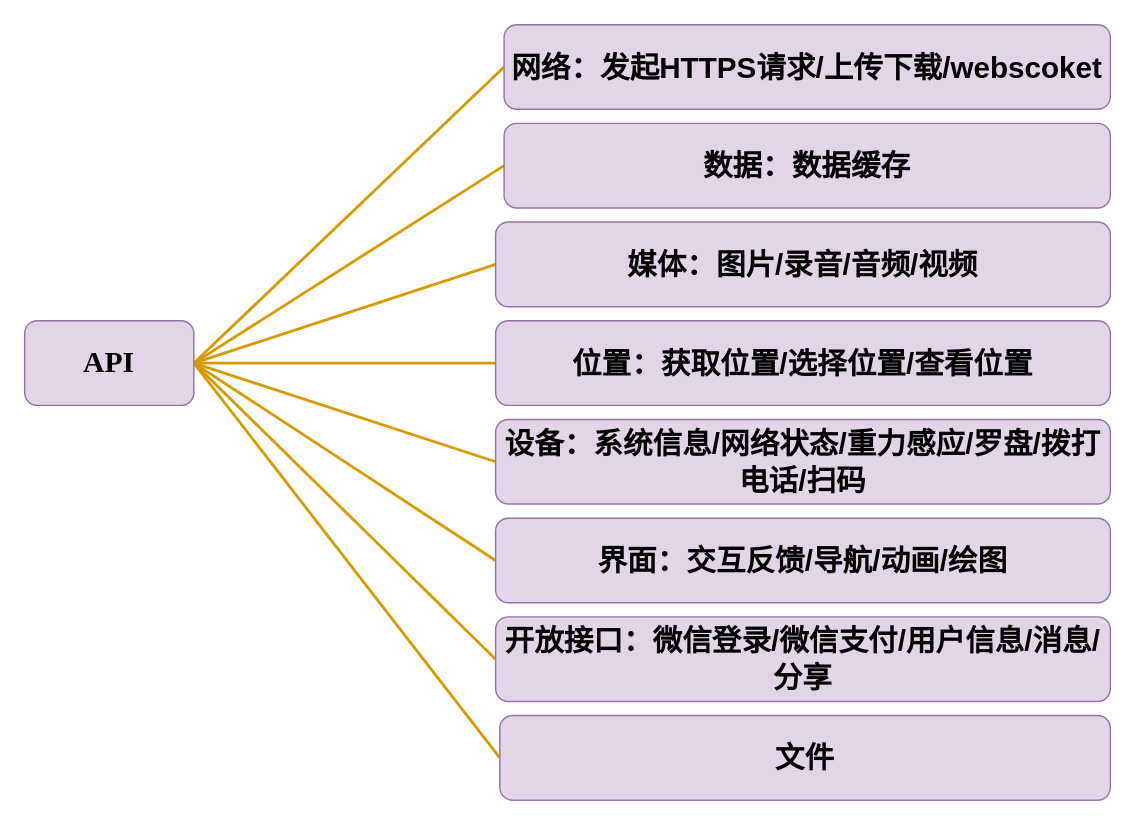
ov0-0vo/1 keeps this draw.io diagram as API结构.drawio. Above is the earlier version. Source tidied: cells renumbered, new cells numbered last; positions are measured from the earlier drawing's top-left corner, leaving out a move shared by most shapes. Both pictures are drawn from the tidied source at 141%, with x=0, y=0 at pixel (24, 24).
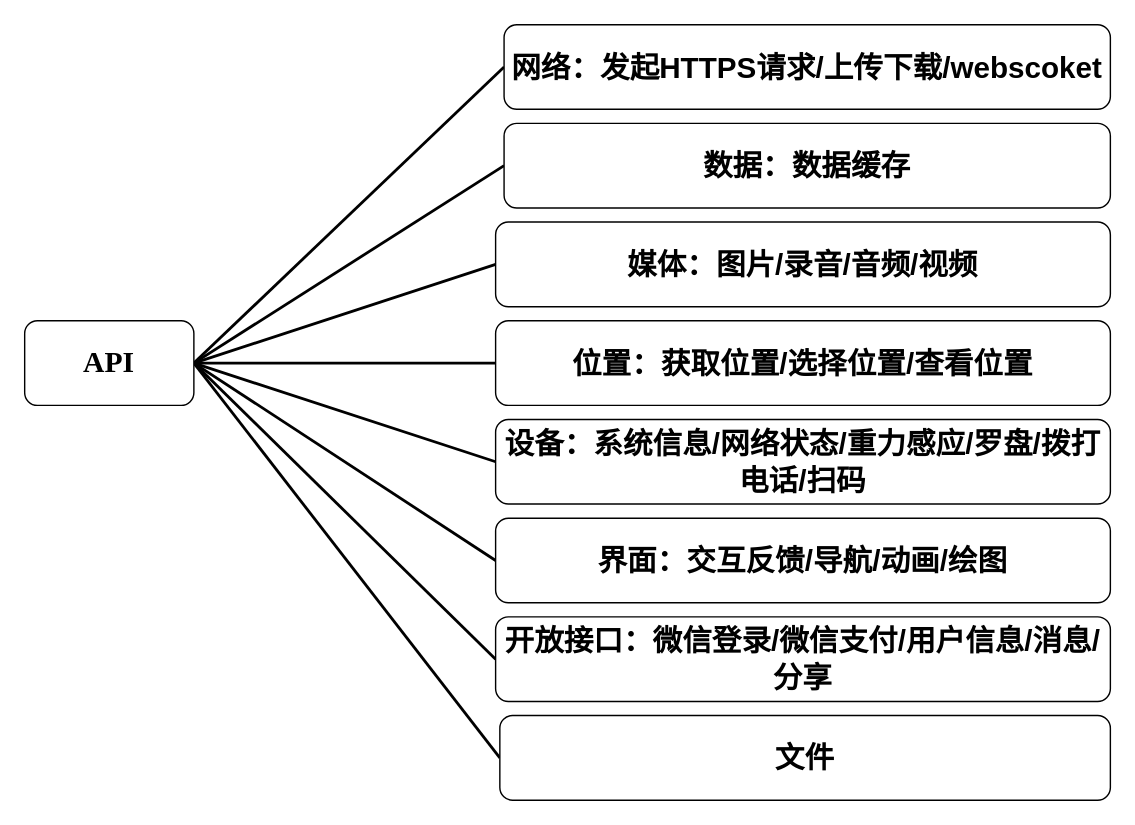
The same diagram, later.

Change to the diagram source:
```diff
@@
 <mxGraphModel>
   <root>
     <mxCell id="0" />
     <mxCell id="1" parent="0" />
-    <mxCell id="2" style="rounded=0;jettySize=auto;html=1;exitX=1;exitY=0.5;exitDx=0;exitDy=0;entryX=0;entryY=0.5;entryDx=0;entryDy=0;endArrow=none;endFill=0;strokeWidth=2;fillColor=#ffe6cc;strokeColor=#d79b00;" parent="1" edge="1" source="10" target="15">
+    <mxCell id="2" style="rounded=0;jettySize=auto;html=1;exitX=1;exitY=0.5;exitDx=0;exitDy=0;entryX=0;entryY=0.5;entryDx=0;entryDy=0;endArrow=none;endFill=0;strokeWidth=2;" parent="1" edge="1" source="10" target="15">
       <mxGeometry relative="1" as="geometry" />
     </mxCell>
-    <mxCell id="3" style="edgeStyle=none;shape=connector;rounded=0;jettySize=auto;html=1;exitX=1;exitY=0.5;exitDx=0;exitDy=0;entryX=0;entryY=0.5;entryDx=0;entryDy=0;labelBackgroundColor=default;strokeColor=#d79b00;strokeWidth=2;fontFamily=Helvetica;fontSize=11;fontColor=default;endArrow=none;endFill=0;fillColor=#ffe6cc;" parent="1" edge="1" source="10" target="17">
+    <mxCell id="3" style="edgeStyle=none;shape=connector;rounded=0;jettySize=auto;html=1;exitX=1;exitY=0.5;exitDx=0;exitDy=0;entryX=0;entryY=0.5;entryDx=0;entryDy=0;labelBackgroundColor=default;strokeWidth=2;fontFamily=Helvetica;fontSize=11;fontColor=default;endArrow=none;endFill=0;" parent="1" edge="1" source="10" target="17">
       <mxGeometry relative="1" as="geometry" />
     </mxCell>
-    <mxCell id="4" style="edgeStyle=none;shape=connector;rounded=0;jettySize=auto;html=1;exitX=1;exitY=0.5;exitDx=0;exitDy=0;entryX=0;entryY=0.5;entryDx=0;entryDy=0;labelBackgroundColor=default;strokeColor=#d79b00;strokeWidth=2;fontFamily=Helvetica;fontSize=11;fontColor=default;endArrow=none;endFill=0;fillColor=#ffe6cc;" parent="1" edge="1" source="10" target="14">
+    <mxCell id="4" style="edgeStyle=none;shape=connector;rounded=0;jettySize=auto;html=1;exitX=1;exitY=0.5;exitDx=0;exitDy=0;entryX=0;entryY=0.5;entryDx=0;entryDy=0;labelBackgroundColor=default;strokeWidth=2;fontFamily=Helvetica;fontSize=11;fontColor=default;endArrow=none;endFill=0;" parent="1" edge="1" source="10" target="14">
       <mxGeometry relative="1" as="geometry" />
     </mxCell>
-    <mxCell id="5" style="edgeStyle=none;shape=connector;rounded=0;jettySize=auto;html=1;exitX=1;exitY=0.5;exitDx=0;exitDy=0;entryX=0;entryY=0.5;entryDx=0;entryDy=0;labelBackgroundColor=default;strokeColor=#d79b00;strokeWidth=2;fontFamily=Helvetica;fontSize=11;fontColor=default;endArrow=none;endFill=0;fillColor=#ffe6cc;" parent="1" edge="1" source="10" target="13">
+    <mxCell id="5" style="edgeStyle=none;shape=connector;rounded=0;jettySize=auto;html=1;exitX=1;exitY=0.5;exitDx=0;exitDy=0;entryX=0;entryY=0.5;entryDx=0;entryDy=0;labelBackgroundColor=default;strokeWidth=2;fontFamily=Helvetica;fontSize=11;fontColor=default;endArrow=none;endFill=0;" parent="1" edge="1" source="10" target="13">
       <mxGeometry relative="1" as="geometry" />
     </mxCell>
-    <mxCell id="6" style="edgeStyle=none;shape=connector;rounded=0;jettySize=auto;html=1;exitX=1;exitY=0.5;exitDx=0;exitDy=0;entryX=0;entryY=0.5;entryDx=0;entryDy=0;labelBackgroundColor=default;strokeColor=#d79b00;strokeWidth=2;fontFamily=Helvetica;fontSize=11;fontColor=default;endArrow=none;endFill=0;fillColor=#ffe6cc;" parent="1" edge="1" source="10" target="11">
+    <mxCell id="6" style="edgeStyle=none;shape=connector;rounded=0;jettySize=auto;html=1;exitX=1;exitY=0.5;exitDx=0;exitDy=0;entryX=0;entryY=0.5;entryDx=0;entryDy=0;labelBackgroundColor=default;strokeWidth=2;fontFamily=Helvetica;fontSize=11;fontColor=default;endArrow=none;endFill=0;" parent="1" edge="1" source="10" target="11">
       <mxGeometry relative="1" as="geometry" />
     </mxCell>
-    <mxCell id="7" style="edgeStyle=none;shape=connector;rounded=0;jettySize=auto;html=1;exitX=1;exitY=0.5;exitDx=0;exitDy=0;entryX=0;entryY=0.5;entryDx=0;entryDy=0;labelBackgroundColor=default;strokeColor=#d79b00;strokeWidth=2;fontFamily=Helvetica;fontSize=11;fontColor=default;endArrow=none;endFill=0;fillColor=#ffe6cc;" parent="1" edge="1" source="10" target="12">
+    <mxCell id="7" style="edgeStyle=none;shape=connector;rounded=0;jettySize=auto;html=1;exitX=1;exitY=0.5;exitDx=0;exitDy=0;entryX=0;entryY=0.5;entryDx=0;entryDy=0;labelBackgroundColor=default;strokeWidth=2;fontFamily=Helvetica;fontSize=11;fontColor=default;endArrow=none;endFill=0;" parent="1" edge="1" source="10" target="12">
       <mxGeometry relative="1" as="geometry" />
     </mxCell>
-    <mxCell id="8" style="edgeStyle=none;shape=connector;rounded=0;jettySize=auto;html=1;exitX=1;exitY=0.5;exitDx=0;exitDy=0;entryX=0;entryY=0.5;entryDx=0;entryDy=0;labelBackgroundColor=default;strokeColor=#d79b00;strokeWidth=2;fontFamily=Helvetica;fontSize=11;fontColor=default;endArrow=none;endFill=0;fillColor=#ffe6cc;" parent="1" edge="1" source="10" target="16">
+    <mxCell id="8" style="edgeStyle=none;shape=connector;rounded=0;jettySize=auto;html=1;exitX=1;exitY=0.5;exitDx=0;exitDy=0;entryX=0;entryY=0.5;entryDx=0;entryDy=0;labelBackgroundColor=default;strokeWidth=2;fontFamily=Helvetica;fontSize=11;fontColor=default;endArrow=none;endFill=0;" parent="1" edge="1" source="10" target="16">
       <mxGeometry relative="1" as="geometry" />
     </mxCell>
-    <mxCell id="9" style="edgeStyle=none;shape=connector;rounded=0;jettySize=auto;html=1;exitX=1;exitY=0.5;exitDx=0;exitDy=0;entryX=0;entryY=0.5;entryDx=0;entryDy=0;labelBackgroundColor=default;strokeColor=#d79b00;strokeWidth=2;fontFamily=Helvetica;fontSize=11;fontColor=default;endArrow=none;endFill=0;fillColor=#ffe6cc;" parent="1" edge="1" source="10" target="18">
+    <mxCell id="9" style="edgeStyle=none;shape=connector;rounded=0;jettySize=auto;html=1;exitX=1;exitY=0.5;exitDx=0;exitDy=0;entryX=0;entryY=0.5;entryDx=0;entryDy=0;labelBackgroundColor=default;strokeWidth=2;fontFamily=Helvetica;fontSize=11;fontColor=default;endArrow=none;endFill=0;" parent="1" edge="1" source="10" target="18">
       <mxGeometry relative="1" as="geometry" />
     </mxCell>
-    <mxCell id="10" value="&lt;b&gt;&lt;font face=&quot;Times New Roman&quot; style=&quot;font-size: 21px;&quot;&gt;API&lt;/font&gt;&lt;/b&gt;" style="rounded=1;whiteSpace=wrap;html=1;fillColor=#e1d5e7;strokeColor=#9673a6;" parent="1" vertex="1">
+    <mxCell id="10" value="&lt;b&gt;&lt;font face=&quot;Times New Roman&quot; style=&quot;font-size: 21px;&quot;&gt;API&lt;/font&gt;&lt;/b&gt;" style="rounded=1;whiteSpace=wrap;html=1;" parent="1" vertex="1">
       <mxGeometry y="210" width="120" height="60" as="geometry" />
     </mxCell>
-    <mxCell id="11" value="&lt;b&gt;&lt;font style=&quot;font-size: 21px;&quot;&gt;设备：系统信息/网络状态/重力感应/罗盘/拨打电话/扫码&lt;/font&gt;&lt;/b&gt;" style="rounded=1;whiteSpace=wrap;html=1;fillColor=#e1d5e7;strokeColor=#9673a6;" parent="1" vertex="1">
+    <mxCell id="11" value="&lt;b&gt;&lt;font style=&quot;font-size: 21px;&quot;&gt;设备：系统信息/网络状态/重力感应/罗盘/拨打电话/扫码&lt;/font&gt;&lt;/b&gt;" style="rounded=1;whiteSpace=wrap;html=1;" parent="1" vertex="1">
       <mxGeometry x="334" y="280" width="436" height="60" as="geometry" />
     </mxCell>
-    <mxCell id="12" value="&lt;b&gt;&lt;font style=&quot;font-size: 21px;&quot;&gt;界面：交互反馈/导航/动画/绘图&lt;/font&gt;&lt;/b&gt;" style="rounded=1;whiteSpace=wrap;html=1;fillColor=#e1d5e7;strokeColor=#9673a6;" parent="1" vertex="1">
+    <mxCell id="12" value="&lt;b&gt;&lt;font style=&quot;font-size: 21px;&quot;&gt;界面：交互反馈/导航/动画/绘图&lt;/font&gt;&lt;/b&gt;" style="rounded=1;whiteSpace=wrap;html=1;" parent="1" vertex="1">
       <mxGeometry x="334" y="350" width="436" height="60" as="geometry" />
     </mxCell>
-    <mxCell id="13" value="&lt;b&gt;&lt;font style=&quot;font-size: 21px;&quot;&gt;位置：获取位置/选择位置/查看位置&lt;/font&gt;&lt;/b&gt;" style="rounded=1;whiteSpace=wrap;html=1;fillColor=#e1d5e7;strokeColor=#9673a6;" parent="1" vertex="1">
+    <mxCell id="13" value="&lt;b&gt;&lt;font style=&quot;font-size: 21px;&quot;&gt;位置：获取位置/选择位置/查看位置&lt;/font&gt;&lt;/b&gt;" style="rounded=1;whiteSpace=wrap;html=1;" parent="1" vertex="1">
       <mxGeometry x="334" y="210" width="436" height="60" as="geometry" />
     </mxCell>
-    <mxCell id="14" value="&lt;b&gt;&lt;font style=&quot;font-size: 21px;&quot;&gt;媒体：图片/录音/音频/视频&lt;/font&gt;&lt;/b&gt;" style="rounded=1;whiteSpace=wrap;html=1;fillColor=#e1d5e7;strokeColor=#9673a6;" parent="1" vertex="1">
+    <mxCell id="14" value="&lt;b&gt;&lt;font style=&quot;font-size: 21px;&quot;&gt;媒体：图片/录音/音频/视频&lt;/font&gt;&lt;/b&gt;" style="rounded=1;whiteSpace=wrap;html=1;" parent="1" vertex="1">
       <mxGeometry x="334" y="140" width="436" height="60" as="geometry" />
     </mxCell>
-    <mxCell id="15" value="&lt;span style=&quot;font-size: 21px;&quot;&gt;&lt;b&gt;网络：发起HTTPS请求/上传下载/webscoket&lt;/b&gt;&lt;/span&gt;" style="rounded=1;whiteSpace=wrap;html=1;fillColor=#e1d5e7;strokeColor=#9673a6;" parent="1" vertex="1">
+    <mxCell id="15" value="&lt;span style=&quot;font-size: 21px;&quot;&gt;&lt;b&gt;网络：发起HTTPS请求/上传下载/webscoket&lt;/b&gt;&lt;/span&gt;" style="rounded=1;whiteSpace=wrap;html=1;" parent="1" vertex="1">
       <mxGeometry x="340" width="430" height="60" as="geometry" />
     </mxCell>
-    <mxCell id="16" value="&lt;b&gt;&lt;font style=&quot;font-size: 21px;&quot;&gt;开放接口：微信登录/微信支付/用户信息/消息/分享&lt;/font&gt;&lt;/b&gt;" style="rounded=1;whiteSpace=wrap;html=1;fillColor=#e1d5e7;strokeColor=#9673a6;" parent="1" vertex="1">
+    <mxCell id="16" value="&lt;b&gt;&lt;font style=&quot;font-size: 21px;&quot;&gt;开放接口：微信登录/微信支付/用户信息/消息/分享&lt;/font&gt;&lt;/b&gt;" style="rounded=1;whiteSpace=wrap;html=1;" parent="1" vertex="1">
       <mxGeometry x="334" y="420" width="436" height="60" as="geometry" />
     </mxCell>
-    <mxCell id="17" value="&lt;span style=&quot;font-size: 21px;&quot;&gt;&lt;b&gt;数据：数据缓存&lt;/b&gt;&lt;/span&gt;" style="rounded=1;whiteSpace=wrap;html=1;fillColor=#e1d5e7;strokeColor=#9673a6;" parent="1" vertex="1">
+    <mxCell id="17" value="&lt;span style=&quot;font-size: 21px;&quot;&gt;&lt;b&gt;数据：数据缓存&lt;/b&gt;&lt;/span&gt;" style="rounded=1;whiteSpace=wrap;html=1;" parent="1" vertex="1">
       <mxGeometry x="340" y="70" width="430" height="60" as="geometry" />
     </mxCell>
-    <mxCell id="18" value="&lt;span style=&quot;font-size: 21px;&quot;&gt;&lt;b&gt;文件&lt;/b&gt;&lt;/span&gt;" style="rounded=1;whiteSpace=wrap;html=1;fillColor=#e1d5e7;strokeColor=#9673a6;" parent="1" vertex="1">
+    <mxCell id="18" value="&lt;span style=&quot;font-size: 21px;&quot;&gt;&lt;b&gt;文件&lt;/b&gt;&lt;/span&gt;" style="rounded=1;whiteSpace=wrap;html=1;" parent="1" vertex="1">
       <mxGeometry x="337" y="490" width="433" height="60" as="geometry" />
     </mxCell>
   </root>
 </mxGraphModel>
```
